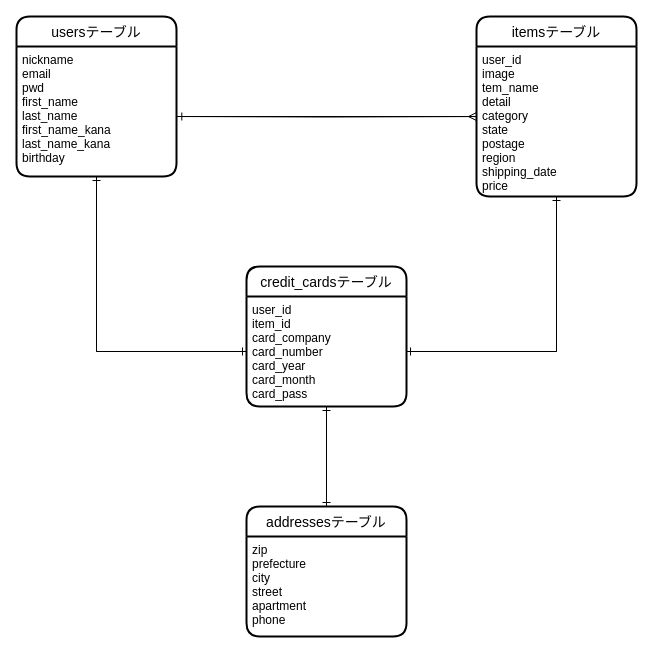
The draw.io diagram ER.dio in Aya720/furima-32142, before the edit. Source tidied: cells renumbered, new cells numbered last; positions are measured from the earlier drawing's top-left corner, leaving out a move shared by most shapes. Both pictures are drawn from the tidied source at 100%, with x=0, y=0 at pixel (16, 16).
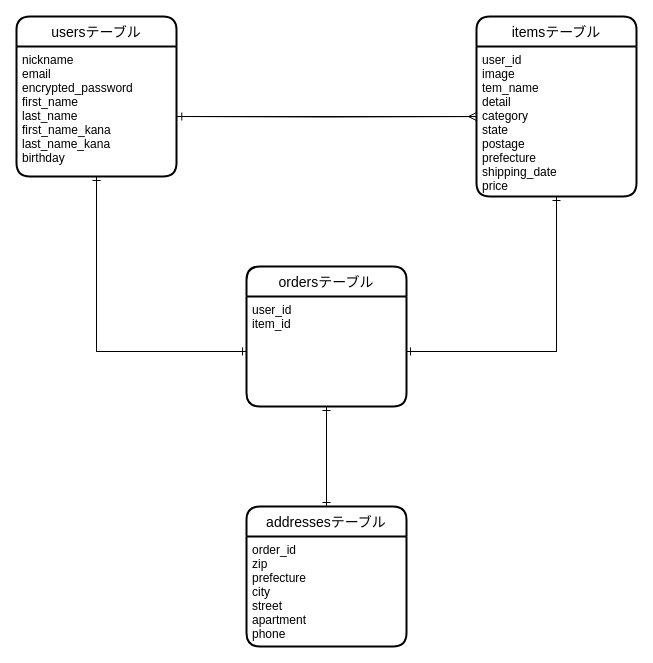
After the change.

The change refers to these unchanged cells:
```xml
<mxCell id="2" value="usersテーブル" style="swimlane;horizontal=1;startSize=30;rounded=1;fontSize=14;fontStyle=0;strokeWidth=2;shadow=0;dashed=0;align=center;" parent="1" vertex="1">
  <mxGeometry width="160" height="160" as="geometry" />
</mxCell>
<mxCell id="4" value="itemsテーブル" style="swimlane;horizontal=1;startSize=30;rounded=1;fontSize=14;fontStyle=0;strokeWidth=2;shadow=0;dashed=0;align=center;" parent="1" vertex="1">
  <mxGeometry x="460" width="160" height="180" as="geometry" />
</mxCell>
```

What changed in the source:
```diff
@@
-    <mxCell id="3" value="nickname         &#10;email           &#10;pwd            &#10;first_name     &#10;last_name       &#10;first_name_kana  &#10;last_name_kana   &#10;birthday      " style="align=left;strokeColor=none;fillColor=none;spacingLeft=4;fontSize=12;verticalAlign=top;" parent="2" vertex="1">
+    <mxCell id="3" value="nickname         &#10;email           &#10;encrypted_password            &#10;first_name     &#10;last_name       &#10;first_name_kana  &#10;last_name_kana   &#10;birthday      " style="align=left;strokeColor=none;fillColor=none;spacingLeft=4;fontSize=12;verticalAlign=top;" parent="2" vertex="1">
       <mxGeometry y="30" width="160" height="130" as="geometry" />
     </mxCell>
@@
-    <mxCell id="5" value="user_id          &#10;image        &#10;tem_name     &#10;detail      &#10;category     &#10;state         &#10;postage      &#10;region        &#10;shipping_date &#10;price   " style="align=left;strokeColor=none;fillColor=none;spacingLeft=4;fontSize=12;verticalAlign=top;" parent="4" vertex="1">
+    <mxCell id="5" value="user_id          &#10;image        &#10;tem_name     &#10;detail      &#10;category     &#10;state         &#10;postage      &#10;prefecture        &#10;shipping_date &#10;price   " style="align=left;strokeColor=none;fillColor=none;spacingLeft=4;fontSize=12;verticalAlign=top;" parent="4" vertex="1">
       <mxGeometry y="30" width="160" height="150" as="geometry" />
     </mxCell>
@@
     <mxCell id="7" value="addressesテーブル" style="swimlane;horizontal=1;startSize=30;rounded=1;fontSize=14;fontStyle=0;strokeWidth=2;shadow=0;dashed=0;align=center;" parent="1" vertex="1">
-      <mxGeometry x="230" y="490" width="160" height="130" as="geometry" />
+      <mxGeometry x="230" y="490" width="160" height="140" as="geometry" />
     </mxCell>
-    <mxCell id="8" value="zip         &#10;prefecture   &#10;city         &#10;street    &#10;apartment   &#10;phone   " style="align=left;strokeColor=none;fillColor=none;spacingLeft=4;fontSize=12;verticalAlign=top;" parent="7" vertex="1">
-      <mxGeometry y="30" width="160" height="100" as="geometry" />
+    <mxCell id="8" value="order_id&#10;zip         &#10;prefecture   &#10;city         &#10;street    &#10;apartment   &#10;phone   " style="align=left;strokeColor=none;fillColor=none;spacingLeft=4;fontSize=12;verticalAlign=top;" parent="7" vertex="1">
+      <mxGeometry y="30" width="160" height="110" as="geometry" />
     </mxCell>
-    <mxCell id="9" value="credit_cardsテーブル" style="swimlane;horizontal=1;startSize=30;rounded=1;fontSize=14;fontStyle=0;strokeWidth=2;shadow=0;dashed=0;align=center;" parent="1" vertex="1">
+    <mxCell id="9" value="ordersテーブル" style="swimlane;horizontal=1;startSize=30;rounded=1;fontSize=14;fontStyle=0;strokeWidth=2;shadow=0;dashed=0;align=center;" parent="1" vertex="1">
       <mxGeometry x="230" y="250" width="160" height="140" as="geometry" />
     </mxCell>
-    <mxCell id="10" value="user_id            &#10;item_id      &#10;card_company  &#10;card_number   &#10;card_year     &#10;card_month    &#10;card_pass  " style="align=left;strokeColor=none;fillColor=none;spacingLeft=4;fontSize=12;verticalAlign=top;" parent="9" vertex="1">
+    <mxCell id="10" value="user_id            &#10;item_id      &#10; " style="align=left;strokeColor=none;fillColor=none;spacingLeft=4;fontSize=12;verticalAlign=top;" parent="9" vertex="1">
       <mxGeometry y="30" width="160" height="110" as="geometry" />
     </mxCell>
```
